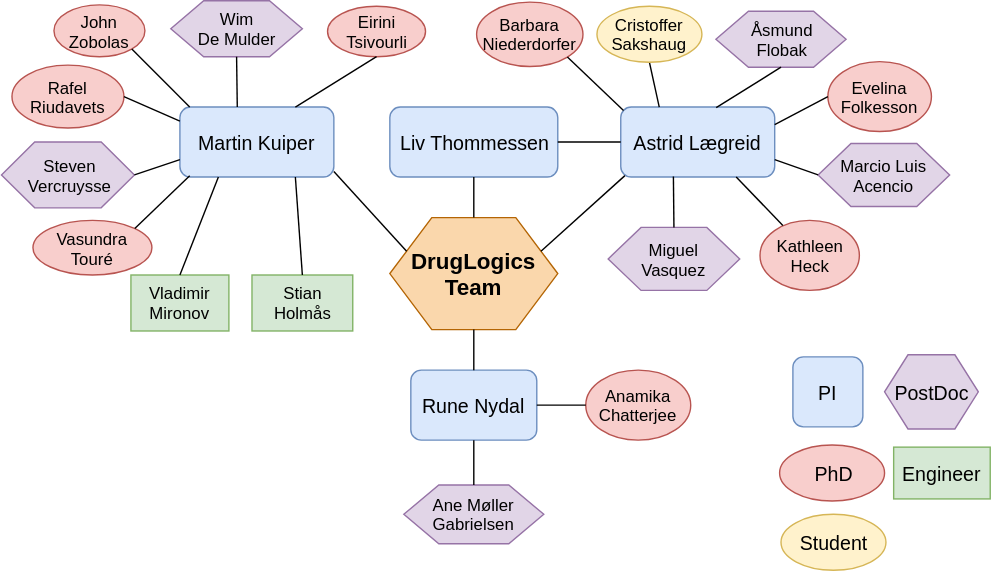
This is img/druglogics/druglogics_org.svg from bblodfon/r-pres, a draw.io export, as it was before one commit. Source tidied: cells renumbered, new cells last; positions are measured from the earlier drawing's top-left corner, leaving out a move shared by most shapes.
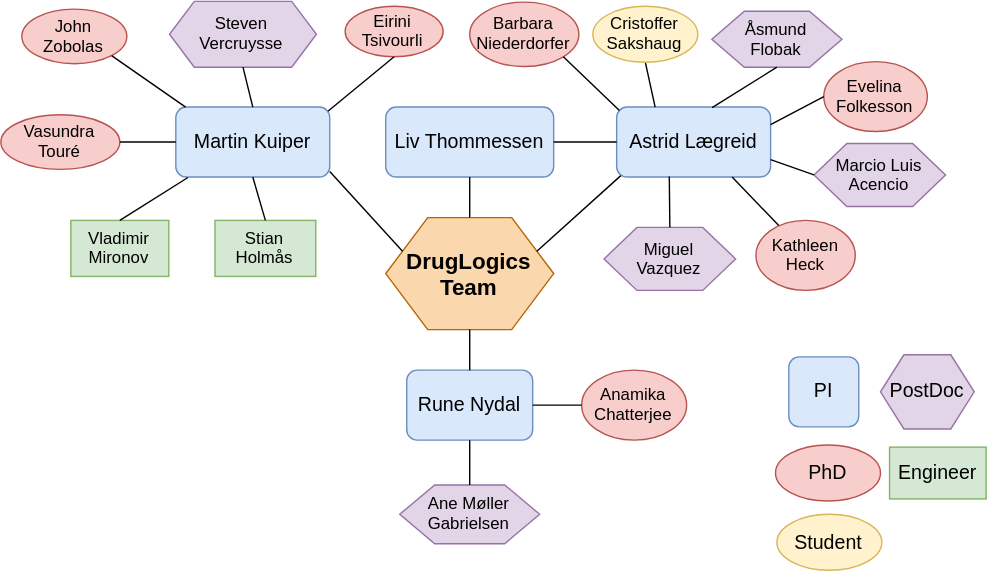
The same file after the commit.

Commit message:
updated druglogics org chart

What changed in the source:
```diff
@@ -27,10 +27,10 @@
       <mxGeometry x="128" y="76" width="110" height="50" as="geometry" />
     </mxCell>
     <mxCell id="10" value="&lt;font style=&quot;font-size: 12px;&quot;&gt;Stian Holmås&lt;/font&gt;" style="rounded=0;whiteSpace=wrap;html=1;fillColor=#d5e8d4;strokeColor=#82b366;fontSize=12;" parent="1" vertex="1">
-      <mxGeometry x="179.5" y="196" width="72" height="40" as="geometry" />
+      <mxGeometry x="156" y="157" width="72" height="40" as="geometry" />
     </mxCell>
     <mxCell id="11" value="&lt;font style=&quot;font-size: 12px;&quot;&gt;Vladimir Mironov&lt;/font&gt;" style="rounded=0;whiteSpace=wrap;html=1;fillColor=#d5e8d4;strokeColor=#82b366;fontSize=12;" parent="1" vertex="1">
-      <mxGeometry x="93" y="196" width="70" height="40" as="geometry" />
+      <mxGeometry x="53" y="157" width="70" height="40" as="geometry" />
     </mxCell>
     <mxCell id="12" value="&lt;font style=&quot;font-size: 16px&quot;&gt;&lt;b&gt;DrugLogics Team&lt;/b&gt;&lt;/font&gt;" style="shape=hexagon;perimeter=hexagonPerimeter2;whiteSpace=wrap;html=1;fillColor=#fad7ac;strokeColor=#b46504;" parent="1" vertex="1">
       <mxGeometry x="278" y="155" width="120" height="80" as="geometry" />
@@ -48,114 +48,96 @@
       <mxGeometry relative="1" as="geometry" />
     </mxCell>
     <mxCell id="17" value="&lt;span style=&quot;font-size: 12px&quot;&gt;John &lt;br&gt;Zobolas&lt;br style=&quot;font-size: 12px&quot;&gt;&lt;/span&gt;" style="ellipse;whiteSpace=wrap;html=1;fillColor=#f8cecc;strokeColor=#b85450;fontSize=12;" parent="1" vertex="1">
-      <mxGeometry x="38" y="3" width="65" height="37" as="geometry" />
+      <mxGeometry x="18" y="6" width="75" height="39" as="geometry" />
     </mxCell>
     <mxCell id="18" value="&lt;span style=&quot;font-size: 12px;&quot;&gt;Vasundra Touré&lt;/span&gt;&lt;span style=&quot;font-size: 12px;&quot;&gt;&lt;br style=&quot;font-size: 12px;&quot;&gt;&lt;/span&gt;" style="ellipse;whiteSpace=wrap;html=1;fillColor=#f8cecc;strokeColor=#b85450;fontSize=12;" parent="1" vertex="1">
-      <mxGeometry x="23" y="157" width="85" height="39" as="geometry" />
+      <mxGeometry x="3" y="81.5" width="85" height="39" as="geometry" />
     </mxCell>
     <mxCell id="19" value="&lt;span style=&quot;font-size: 12px&quot;&gt;Eirini &lt;br&gt;Tsivourli&lt;/span&gt;&lt;span style=&quot;font-size: 12px&quot;&gt;&lt;br style=&quot;font-size: 12px&quot;&gt;&lt;/span&gt;" style="ellipse;whiteSpace=wrap;html=1;fillColor=#f8cecc;strokeColor=#b85450;fontSize=12;" parent="1" vertex="1">
-      <mxGeometry x="233.5" y="4" width="70" height="36" as="geometry" />
+      <mxGeometry x="249" y="4" width="70" height="36" as="geometry" />
     </mxCell>
-    <mxCell id="20" value="&lt;span style=&quot;font-size: 12px;&quot;&gt;Rafel Riudavets&lt;/span&gt;&lt;span style=&quot;font-size: 12px;&quot;&gt;&lt;br style=&quot;font-size: 12px;&quot;&gt;&lt;/span&gt;" style="ellipse;whiteSpace=wrap;html=1;fillColor=#f8cecc;strokeColor=#b85450;fontSize=12;" parent="1" vertex="1">
-      <mxGeometry x="8" y="46" width="80" height="45" as="geometry" />
+    <mxCell id="20" value="&lt;span style=&quot;font-size: 12px;&quot;&gt;Barbara Niederdorfer&lt;/span&gt;&lt;span style=&quot;font-size: 12px;&quot;&gt;&lt;br style=&quot;font-size: 12px;&quot;&gt;&lt;/span&gt;" style="ellipse;whiteSpace=wrap;html=1;fillColor=#f8cecc;strokeColor=#b85450;fontSize=12;" parent="1" vertex="1">
+      <mxGeometry x="338" y="1" width="78" height="46" as="geometry" />
     </mxCell>
-    <mxCell id="21" value="&lt;span style=&quot;font-size: 12px;&quot;&gt;Barbara Niederdorfer&lt;/span&gt;&lt;span style=&quot;font-size: 12px;&quot;&gt;&lt;br style=&quot;font-size: 12px;&quot;&gt;&lt;/span&gt;" style="ellipse;whiteSpace=wrap;html=1;fillColor=#f8cecc;strokeColor=#b85450;fontSize=12;" parent="1" vertex="1">
-      <mxGeometry x="340" y="1" width="76" height="46" as="geometry" />
+    <mxCell id="21" value="&lt;span style=&quot;font-size: 12px;&quot;&gt;Evelina Folkesson&lt;/span&gt;&lt;span style=&quot;font-size: 12px;&quot;&gt;&lt;br style=&quot;font-size: 12px;&quot;&gt;&lt;/span&gt;" style="ellipse;whiteSpace=wrap;html=1;fillColor=#f8cecc;strokeColor=#b85450;fontSize=12;" parent="1" vertex="1">
+      <mxGeometry x="591" y="43.5" width="74" height="50" as="geometry" />
     </mxCell>
-    <mxCell id="22" value="&lt;span style=&quot;font-size: 12px;&quot;&gt;Evelina Folkesson&lt;/span&gt;&lt;span style=&quot;font-size: 12px;&quot;&gt;&lt;br style=&quot;font-size: 12px;&quot;&gt;&lt;/span&gt;" style="ellipse;whiteSpace=wrap;html=1;fillColor=#f8cecc;strokeColor=#b85450;fontSize=12;" parent="1" vertex="1">
-      <mxGeometry x="591" y="43.5" width="74" height="50" as="geometry" />
+    <mxCell id="22" value="&lt;span style=&quot;font-size: 12px&quot;&gt;Kathleen &lt;br&gt;Heck&lt;/span&gt;&lt;span style=&quot;font-size: 12px&quot;&gt;&lt;br style=&quot;font-size: 12px&quot;&gt;&lt;/span&gt;" style="ellipse;whiteSpace=wrap;html=1;fillColor=#f8cecc;strokeColor=#b85450;fontSize=12;" parent="1" vertex="1">
+      <mxGeometry x="542.5" y="157" width="71" height="50" as="geometry" />
     </mxCell>
-    <mxCell id="23" value="&lt;span style=&quot;font-size: 12px&quot;&gt;Kathleen &lt;br&gt;Heck&lt;/span&gt;&lt;span style=&quot;font-size: 12px&quot;&gt;&lt;br style=&quot;font-size: 12px&quot;&gt;&lt;/span&gt;" style="ellipse;whiteSpace=wrap;html=1;fillColor=#f8cecc;strokeColor=#b85450;fontSize=12;" parent="1" vertex="1">
-      <mxGeometry x="542.5" y="157" width="71" height="50" as="geometry" />
+    <mxCell id="23" value="&lt;span style=&quot;font-size: 12px;&quot;&gt;Anamika Chatterjee&lt;/span&gt;&lt;span style=&quot;font-size: 12px;&quot;&gt;&lt;br style=&quot;font-size: 12px;&quot;&gt;&lt;/span&gt;" style="ellipse;whiteSpace=wrap;html=1;fillColor=#f8cecc;strokeColor=#b85450;fontSize=12;" parent="1" vertex="1">
+      <mxGeometry x="418" y="264" width="75" height="50" as="geometry" />
     </mxCell>
-    <mxCell id="24" value="&lt;span style=&quot;font-size: 12px;&quot;&gt;Anamika Chatterjee&lt;/span&gt;&lt;span style=&quot;font-size: 12px;&quot;&gt;&lt;br style=&quot;font-size: 12px;&quot;&gt;&lt;/span&gt;" style="ellipse;whiteSpace=wrap;html=1;fillColor=#f8cecc;strokeColor=#b85450;fontSize=12;" parent="1" vertex="1">
-      <mxGeometry x="418" y="264" width="75" height="50" as="geometry" />
+    <mxCell id="24" style="endArrow=none;html=1;entryX=0.5;entryY=1;entryDx=0;entryDy=0;exitX=0.5;exitY=0;exitDx=0;exitDy=0;" parent="1" edge="1" source="6" target="12">
+      <mxGeometry relative="1" as="geometry" />
     </mxCell>
-    <mxCell id="25" style="endArrow=none;html=1;entryX=0.5;entryY=1;entryDx=0;entryDy=0;exitX=0.5;exitY=0;exitDx=0;exitDy=0;" parent="1" edge="1" source="6" target="12">
-      <mxGeometry relative="1" as="geometry" />
+    <mxCell id="25" value="&lt;font style=&quot;font-size: 12px&quot;&gt;Steven &lt;br&gt;Vercruysse&lt;/font&gt;" style="shape=hexagon;perimeter=hexagonPerimeter2;whiteSpace=wrap;html=1;fillColor=#e1d5e7;strokeColor=#9673a6;fontSize=12;size=0.16880131362889977;" parent="1" vertex="1">
+      <mxGeometry x="123.5" y="0.5" width="105" height="47" as="geometry" />
     </mxCell>
-    <mxCell id="26" value="&lt;font style=&quot;font-size: 12px&quot;&gt;Steven &lt;br&gt;Vercruysse&lt;/font&gt;" style="shape=hexagon;perimeter=hexagonPerimeter2;whiteSpace=wrap;html=1;fillColor=#e1d5e7;strokeColor=#9673a6;fontSize=12;" parent="1" vertex="1">
-      <mxGeometry x="0.5" y="101" width="95" height="47" as="geometry" />
+    <mxCell id="26" value="&lt;font style=&quot;font-size: 12px;&quot;&gt;Åsmund &lt;br style=&quot;font-size: 12px;&quot;&gt;Flobak&lt;/font&gt;" style="shape=hexagon;perimeter=hexagonPerimeter2;whiteSpace=wrap;html=1;fillColor=#e1d5e7;strokeColor=#9673a6;fontSize=12;" parent="1" vertex="1">
+      <mxGeometry x="511" y="7.5" width="93" height="40" as="geometry" />
     </mxCell>
-    <mxCell id="27" value="&lt;font style=&quot;font-size: 12px&quot;&gt;Wim &lt;br&gt;De Mulder&lt;/font&gt;" style="shape=hexagon;perimeter=hexagonPerimeter2;whiteSpace=wrap;html=1;fillColor=#e1d5e7;strokeColor=#9673a6;" parent="1" vertex="1">
-      <mxGeometry x="121.5" width="94" height="40" as="geometry" />
+    <mxCell id="27" value="&lt;font style=&quot;font-size: 12px;&quot;&gt;Marcio Luis Acencio&lt;/font&gt;" style="shape=hexagon;perimeter=hexagonPerimeter2;whiteSpace=wrap;html=1;fillColor=#e1d5e7;strokeColor=#9673a6;fontSize=12;" parent="1" vertex="1">
+      <mxGeometry x="584" y="102" width="94" height="45" as="geometry" />
     </mxCell>
-    <mxCell id="28" value="&lt;font style=&quot;font-size: 12px;&quot;&gt;Åsmund &lt;br style=&quot;font-size: 12px;&quot;&gt;Flobak&lt;/font&gt;" style="shape=hexagon;perimeter=hexagonPerimeter2;whiteSpace=wrap;html=1;fillColor=#e1d5e7;strokeColor=#9673a6;fontSize=12;" parent="1" vertex="1">
-      <mxGeometry x="511" y="7.5" width="93" height="40" as="geometry" />
+    <mxCell id="28" value="&lt;font style=&quot;font-size: 12px&quot;&gt;Miguel &lt;br style=&quot;font-size: 12px&quot;&gt;Vazquez&lt;/font&gt;" style="shape=hexagon;perimeter=hexagonPerimeter2;whiteSpace=wrap;html=1;fillColor=#e1d5e7;strokeColor=#9673a6;fontSize=12;" parent="1" vertex="1">
+      <mxGeometry x="434" y="162" width="94" height="45" as="geometry" />
     </mxCell>
-    <mxCell id="29" value="&lt;font style=&quot;font-size: 12px;&quot;&gt;Marcio Luis Acencio&lt;/font&gt;" style="shape=hexagon;perimeter=hexagonPerimeter2;whiteSpace=wrap;html=1;fillColor=#e1d5e7;strokeColor=#9673a6;fontSize=12;" parent="1" vertex="1">
-      <mxGeometry x="584" y="102" width="94" height="45" as="geometry" />
+    <mxCell id="29" value="&lt;font style=&quot;font-size: 12px;&quot;&gt;Ane Møller Gabrielsen&lt;/font&gt;" style="shape=hexagon;perimeter=hexagonPerimeter2;whiteSpace=wrap;html=1;fillColor=#e1d5e7;strokeColor=#9673a6;fontSize=12;" parent="1" vertex="1">
+      <mxGeometry x="288" y="346" width="100" height="42" as="geometry" />
     </mxCell>
-    <mxCell id="30" value="&lt;font style=&quot;font-size: 12px;&quot;&gt;Miguel &lt;br style=&quot;font-size: 12px;&quot;&gt;Vasquez&lt;/font&gt;" style="shape=hexagon;perimeter=hexagonPerimeter2;whiteSpace=wrap;html=1;fillColor=#e1d5e7;strokeColor=#9673a6;fontSize=12;" parent="1" vertex="1">
-      <mxGeometry x="434" y="162" width="94" height="45" as="geometry" />
+    <mxCell id="30" style="endArrow=none;html=1;fontSize=12;entryX=0.5;entryY=0;entryDx=0;entryDy=0;exitX=0.5;exitY=1;exitDx=0;exitDy=0;" parent="1" edge="1" source="9" target="10">
+      <mxGeometry relative="1" as="geometry" />
     </mxCell>
-    <mxCell id="31" value="&lt;font style=&quot;font-size: 12px;&quot;&gt;Ane Møller Gabrielsen&lt;/font&gt;" style="shape=hexagon;perimeter=hexagonPerimeter2;whiteSpace=wrap;html=1;fillColor=#e1d5e7;strokeColor=#9673a6;fontSize=12;" parent="1" vertex="1">
-      <mxGeometry x="288" y="346" width="100" height="42" as="geometry" />
+    <mxCell id="31" style="endArrow=none;html=1;fontSize=12;exitX=0.5;exitY=0;exitDx=0;exitDy=0;entryX=0.079;entryY=1.007;entryDx=0;entryDy=0;entryPerimeter=0;" parent="1" edge="1" source="11" target="9">
+      <mxGeometry relative="1" as="geometry" />
     </mxCell>
-    <mxCell id="32" style="endArrow=none;html=1;fontSize=12;entryX=0.5;entryY=0;entryDx=0;entryDy=0;exitX=0.75;exitY=1;exitDx=0;exitDy=0;" parent="1" edge="1" source="9" target="10">
+    <mxCell id="32" style="endArrow=none;html=1;fontSize=12;entryX=1;entryY=0.5;entryDx=0;entryDy=0;exitX=0;exitY=0.5;exitDx=0;exitDy=0;" parent="1" edge="1" source="9" target="18">
       <mxGeometry relative="1" as="geometry" />
     </mxCell>
-    <mxCell id="33" style="endArrow=none;html=1;fontSize=12;entryX=0.25;entryY=1;entryDx=0;entryDy=0;exitX=0.5;exitY=0;exitDx=0;exitDy=0;" parent="1" edge="1" source="11" target="9">
+    <mxCell id="33" style="endArrow=none;html=1;fontSize=12;entryX=0.5;entryY=1;entryDx=0;entryDy=0;exitX=0.5;exitY=0;exitDx=0;exitDy=0;" parent="1" edge="1" source="9" target="25">
       <mxGeometry relative="1" as="geometry" />
     </mxCell>
-    <mxCell id="34" style="endArrow=none;html=1;fontSize=12;entryX=1;entryY=0;entryDx=0;entryDy=0;" parent="1" edge="1" target="18">
+    <mxCell id="34" style="endArrow=none;html=1;fontSize=12;entryX=1;entryY=1;entryDx=0;entryDy=0;" parent="1" edge="1" target="17">
       <mxGeometry relative="1" as="geometry">
-        <mxPoint x="135" y="125" as="sourcePoint" />
+        <mxPoint x="135" y="76" as="sourcePoint" />
       </mxGeometry>
     </mxCell>
-    <mxCell id="35" style="endArrow=none;html=1;fontSize=12;entryX=1;entryY=0.5;entryDx=0;entryDy=0;exitX=0;exitY=0.75;exitDx=0;exitDy=0;" parent="1" edge="1" source="9" target="26">
+    <mxCell id="35" style="endArrow=none;html=1;fontSize=12;entryX=0.5;entryY=1;entryDx=0;entryDy=0;exitX=0.988;exitY=0.06;exitDx=0;exitDy=0;exitPerimeter=0;" parent="1" edge="1" source="9" target="19">
       <mxGeometry relative="1" as="geometry" />
     </mxCell>
-    <mxCell id="36" style="endArrow=none;html=1;fontSize=12;entryX=1;entryY=0.5;entryDx=0;entryDy=0;" parent="1" edge="1" target="20">
-      <mxGeometry relative="1" as="geometry">
-        <mxPoint x="128" y="86" as="sourcePoint" />
-      </mxGeometry>
+    <mxCell id="36" style="endArrow=none;html=1;fontSize=12;entryX=1;entryY=1;entryDx=0;entryDy=0;exitX=0.018;exitY=0.05;exitDx=0;exitDy=0;exitPerimeter=0;" parent="1" edge="1" source="8" target="20">
+      <mxGeometry relative="1" as="geometry" />
     </mxCell>
-    <mxCell id="37" style="endArrow=none;html=1;fontSize=12;entryX=1;entryY=1;entryDx=0;entryDy=0;" parent="1" edge="1" target="17">
-      <mxGeometry relative="1" as="geometry">
-        <mxPoint x="135" y="76" as="sourcePoint" />
-      </mxGeometry>
+    <mxCell id="37" style="endArrow=none;html=1;fontSize=12;entryX=0.5;entryY=1;entryDx=0;entryDy=0;exitX=0.25;exitY=0;exitDx=0;exitDy=0;" parent="1" edge="1" source="8" target="39">
+      <mxGeometry relative="1" as="geometry" />
     </mxCell>
-    <mxCell id="38" style="endArrow=none;html=1;fontSize=12;entryX=0.5;entryY=1;entryDx=0;entryDy=0;" parent="1" edge="1" target="27">
-      <mxGeometry relative="1" as="geometry">
-        <mxPoint x="169" y="76" as="sourcePoint" />
-      </mxGeometry>
+    <mxCell id="38" value="&lt;span style=&quot;font-size: 14px&quot;&gt;Student&lt;br&gt;&lt;/span&gt;" style="ellipse;whiteSpace=wrap;html=1;fillColor=#fff2cc;strokeColor=#d6b656;" parent="1" vertex="1">
+      <mxGeometry x="557.5" y="367" width="75" height="40" as="geometry" />
     </mxCell>
-    <mxCell id="39" style="endArrow=none;html=1;fontSize=12;entryX=0.5;entryY=1;entryDx=0;entryDy=0;exitX=0.75;exitY=0;exitDx=0;exitDy=0;" parent="1" edge="1" source="9" target="19">
-      <mxGeometry relative="1" as="geometry" />
+    <mxCell id="39" value="Cristoffer Sakshaug" style="ellipse;whiteSpace=wrap;html=1;fillColor=#fff2cc;strokeColor=#d6b656;" parent="1" vertex="1">
+      <mxGeometry x="426" y="4" width="75" height="40" as="geometry" />
     </mxCell>
-    <mxCell id="40" style="endArrow=none;html=1;fontSize=12;entryX=1;entryY=1;entryDx=0;entryDy=0;exitX=0.018;exitY=0.05;exitDx=0;exitDy=0;exitPerimeter=0;" parent="1" edge="1" source="8" target="21">
+    <mxCell id="40" style="endArrow=none;html=1;fontSize=12;entryX=0.5;entryY=1;entryDx=0;entryDy=0;exitX=0.62;exitY=0.009;exitDx=0;exitDy=0;exitPerimeter=0;" parent="1" edge="1" source="8" target="26">
       <mxGeometry relative="1" as="geometry" />
     </mxCell>
-    <mxCell id="41" style="endArrow=none;html=1;fontSize=12;entryX=0.5;entryY=1;entryDx=0;entryDy=0;exitX=0.25;exitY=0;exitDx=0;exitDy=0;" parent="1" edge="1" source="8" target="43">
+    <mxCell id="41" style="endArrow=none;html=1;fontSize=12;entryX=0;entryY=0.5;entryDx=0;entryDy=0;exitX=1;exitY=0.25;exitDx=0;exitDy=0;" parent="1" edge="1" source="8" target="21">
       <mxGeometry relative="1" as="geometry" />
     </mxCell>
-    <mxCell id="42" value="&lt;span style=&quot;font-size: 14px&quot;&gt;Student&lt;br&gt;&lt;/span&gt;" style="ellipse;whiteSpace=wrap;html=1;fillColor=#fff2cc;strokeColor=#d6b656;" parent="1" vertex="1">
-      <mxGeometry x="557.5" y="367" width="75" height="40" as="geometry" />
+    <mxCell id="42" style="endArrow=none;html=1;fontSize=12;entryX=0;entryY=0.5;entryDx=0;entryDy=0;exitX=1;exitY=0.75;exitDx=0;exitDy=0;" parent="1" edge="1" source="8" target="27">
+      <mxGeometry relative="1" as="geometry" />
     </mxCell>
-    <mxCell id="43" value="Cristoffer Sakshaug" style="ellipse;whiteSpace=wrap;html=1;fillColor=#fff2cc;strokeColor=#d6b656;" parent="1" vertex="1">
-      <mxGeometry x="426" y="4" width="75" height="40" as="geometry" />
+    <mxCell id="43" style="endArrow=none;html=1;fontSize=12;entryX=0.23;entryY=0.072;entryDx=0;entryDy=0;entryPerimeter=0;exitX=0.75;exitY=1;exitDx=0;exitDy=0;" parent="1" edge="1" source="8" target="22">
+      <mxGeometry relative="1" as="geometry" />
     </mxCell>
-    <mxCell id="44" style="endArrow=none;html=1;fontSize=12;entryX=0.5;entryY=1;entryDx=0;entryDy=0;exitX=0.62;exitY=0.009;exitDx=0;exitDy=0;exitPerimeter=0;" parent="1" edge="1" source="8" target="28">
+    <mxCell id="44" style="endArrow=none;html=1;fontSize=12;entryX=0;entryY=0.5;entryDx=0;entryDy=0;exitX=1;exitY=0.5;exitDx=0;exitDy=0;" parent="1" edge="1" source="6" target="23">
       <mxGeometry relative="1" as="geometry" />
     </mxCell>
-    <mxCell id="45" style="endArrow=none;html=1;fontSize=12;entryX=0;entryY=0.5;entryDx=0;entryDy=0;exitX=1;exitY=0.25;exitDx=0;exitDy=0;" parent="1" edge="1" source="8" target="22">
+    <mxCell id="45" style="endArrow=none;html=1;fontSize=12;entryX=0.5;entryY=0;entryDx=0;entryDy=0;exitX=0.342;exitY=0.992;exitDx=0;exitDy=0;exitPerimeter=0;" parent="1" edge="1" source="8" target="28">
       <mxGeometry relative="1" as="geometry" />
     </mxCell>
-    <mxCell id="46" style="endArrow=none;html=1;fontSize=12;entryX=0;entryY=0.5;entryDx=0;entryDy=0;exitX=1;exitY=0.75;exitDx=0;exitDy=0;" parent="1" edge="1" source="8" target="29">
+    <mxCell id="46" style="endArrow=none;html=1;fontSize=12;entryX=0.5;entryY=0;entryDx=0;entryDy=0;exitX=0.5;exitY=1;exitDx=0;exitDy=0;" parent="1" edge="1" source="6" target="29">
       <mxGeometry relative="1" as="geometry" />
     </mxCell>
-    <mxCell id="47" style="endArrow=none;html=1;fontSize=12;entryX=0.23;entryY=0.072;entryDx=0;entryDy=0;entryPerimeter=0;exitX=0.75;exitY=1;exitDx=0;exitDy=0;" parent="1" edge="1" source="8" target="23">
-      <mxGeometry relative="1" as="geometry" />
-    </mxCell>
-    <mxCell id="48" style="endArrow=none;html=1;fontSize=12;entryX=0;entryY=0.5;entryDx=0;entryDy=0;exitX=1;exitY=0.5;exitDx=0;exitDy=0;" parent="1" edge="1" source="6" target="24">
-      <mxGeometry relative="1" as="geometry" />
-    </mxCell>
-    <mxCell id="49" style="endArrow=none;html=1;fontSize=12;entryX=0.5;entryY=0;entryDx=0;entryDy=0;exitX=0.342;exitY=0.992;exitDx=0;exitDy=0;exitPerimeter=0;" parent="1" edge="1" source="8" target="30">
-      <mxGeometry relative="1" as="geometry" />
-    </mxCell>
-    <mxCell id="50" style="endArrow=none;html=1;fontSize=12;entryX=0.5;entryY=0;entryDx=0;entryDy=0;exitX=0.5;exitY=1;exitDx=0;exitDy=0;" parent="1" edge="1" source="6" target="31">
-      <mxGeometry relative="1" as="geometry" />
-    </mxCell>
   </root>
 </mxGraphModel>
```
